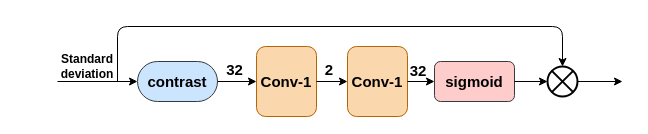
This is cca.drawio from JiaqianLi/TEST, a draw.io file, before an edit. Source tidied: cells renumbered, new cells numbered last; positions are measured from the earlier drawing's top-left corner, leaving out a move shared by most shapes. Both pictures are drawn from the tidied source at 100%, with x=0, y=0 at pixel (17, 26).
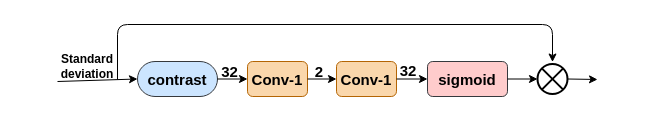
The same diagram, later.

What changed in the source:
```diff
@@
     <mxCell id="2" value="&lt;b&gt;&lt;font style=&quot;font-size: 15px&quot;&gt;2&lt;/font&gt;&lt;/b&gt;" style="rounded=0;whiteSpace=wrap;html=1;fillColor=none;strokeColor=none;" parent="1" vertex="1">
-      <mxGeometry x="281.5" y="20" width="60" height="45" as="geometry" />
+      <mxGeometry x="271.5" y="22" width="60" height="45" as="geometry" />
     </mxCell>
@@
     <mxCell id="4" value="&lt;b&gt;&lt;font style=&quot;font-size: 15px&quot;&gt;32&lt;/font&gt;&lt;/b&gt;" style="rounded=0;whiteSpace=wrap;html=1;fillColor=none;strokeColor=none;" parent="1" vertex="1">
-      <mxGeometry x="371" y="21.5" width="60" height="45" as="geometry" />
+      <mxGeometry x="361" y="21.5" width="60" height="45" as="geometry" />
     </mxCell>
     <mxCell id="5" value="&lt;b&gt;&lt;font style=&quot;font-size: 15px&quot;&gt;32&lt;/font&gt;&lt;/b&gt;" style="rounded=0;whiteSpace=wrap;html=1;fillColor=none;strokeColor=none;" parent="1" vertex="1">
-      <mxGeometry x="189" y="20" width="57" height="45" as="geometry" />
+      <mxGeometry x="184" y="22" width="57" height="45" as="geometry" />
     </mxCell>
     <mxCell id="6" style="shape=sumEllipse;perimeter=ellipsePerimeter;whiteSpace=wrap;html=1;backgroundOutline=1;fillColor=none;strokeWidth=2;" parent="1" vertex="1">
-      <mxGeometry x="530" y="40" width="30" height="30" as="geometry" />
+      <mxGeometry x="520" y="37.5" width="30" height="30" as="geometry" />
     </mxCell>
     <mxCell id="7" style="endArrow=classic;html=1;exitX=1;exitY=0.5;exitDx=0;exitDy=0;" parent="1" edge="1" source="6">
       <mxGeometry relative="1" as="geometry">
-        <mxPoint x="605" y="55" as="targetPoint" />
+        <mxPoint x="580" y="53" as="targetPoint" />
       </mxGeometry>
     </mxCell>
     <mxCell id="8" value="&lt;b style=&quot;font-size: 15px ; white-space: normal&quot;&gt;Conv-1&lt;/b&gt;" style="rounded=1;whiteSpace=wrap;html=1;fillColor=#fad7ac;strokeColor=#b46504;rotation=0;direction=north;" parent="1" vertex="1">
-      <mxGeometry x="330" y="20" width="60" height="70" as="geometry" />
+      <mxGeometry x="319" y="35" width="60" height="35" as="geometry" />
     </mxCell>
     <mxCell id="9" value="&lt;font style=&quot;font-size: 15px&quot;&gt;&lt;b&gt;sigmoid&lt;/b&gt;&lt;/font&gt;" style="rounded=1;whiteSpace=wrap;html=1;fillColor=#ffcccc;strokeColor=#36393d;" parent="1" vertex="1">
-      <mxGeometry x="417" y="35" width="80" height="40" as="geometry" />
+      <mxGeometry x="410" y="35" width="80" height="35" as="geometry" />
     </mxCell>
     <mxCell id="10" value="&lt;b style=&quot;font-size: 15px ; white-space: normal&quot;&gt;Conv-1&lt;/b&gt;" style="rounded=1;whiteSpace=wrap;html=1;fillColor=#fad7ac;strokeColor=#b46504;rotation=0;direction=north;" parent="1" vertex="1">
-      <mxGeometry x="239" y="20" width="60" height="70" as="geometry" />
+      <mxGeometry x="230" y="35" width="60" height="35" as="geometry" />
     </mxCell>
     <mxCell id="11" value="&lt;font style=&quot;font-size: 15px&quot;&gt;&lt;b&gt;contrast&lt;/b&gt;&lt;/font&gt;" style="rounded=1;whiteSpace=wrap;html=1;fillColor=#cce5ff;strokeColor=#36393d;arcSize=50;" parent="1" vertex="1">
-      <mxGeometry x="120" y="35" width="80" height="40" as="geometry" />
+      <mxGeometry x="120" y="35" width="80" height="35" as="geometry" />
     </mxCell>
@@
-    <mxCell id="14" style="endArrow=classic;html=1;entryX=0;entryY=0.5;entryDx=0;entryDy=0;" parent="1" edge="1" target="9">
-      <mxGeometry relative="1" as="geometry">
-        <mxPoint x="390" y="55" as="sourcePoint" />
-      </mxGeometry>
+    <mxCell id="14" style="endArrow=classic;html=1;entryX=0;entryY=0.5;entryDx=0;entryDy=0;exitX=0.5;exitY=1;exitDx=0;exitDy=0;" parent="1" edge="1" source="8" target="9">
+      <mxGeometry relative="1" as="geometry" />
     </mxCell>
-    <mxCell id="15" style="endArrow=classic;html=1;exitX=1;exitY=0.5;exitDx=0;exitDy=0;" parent="1" edge="1" source="9">
-      <mxGeometry relative="1" as="geometry">
-        <mxPoint x="530" y="55" as="targetPoint" />
-      </mxGeometry>
+    <mxCell id="15" style="endArrow=classic;html=1;exitX=1;exitY=0.5;exitDx=0;exitDy=0;entryX=0;entryY=0.5;entryDx=0;entryDy=0;" parent="1" edge="1" source="9" target="6">
+      <mxGeometry relative="1" as="geometry" />
     </mxCell>
@@
-    <mxCell id="17" style="endArrow=classic;html=1;entryX=0.5;entryY=0;entryDx=0;entryDy=0;" parent="1" edge="1" target="6">
+    <mxCell id="17" style="endArrow=classic;html=1;entryX=0.5;entryY=0;entryDx=0;entryDy=0;" parent="1" edge="1">
       <mxGeometry relative="1" as="geometry">
-        <mxPoint x="100" y="55" as="sourcePoint" />
+        <mxPoint x="100" y="53" as="sourcePoint" />
+        <mxPoint x="535" y="35.5" as="targetPoint" />
         <Array as="points">
-          <mxPoint x="100" />
-          <mxPoint x="545" />
+          <mxPoint x="100" y="-2" />
+          <mxPoint x="535" y="-2" />
         </Array>
       </mxGeometry>
     </mxCell>
```
